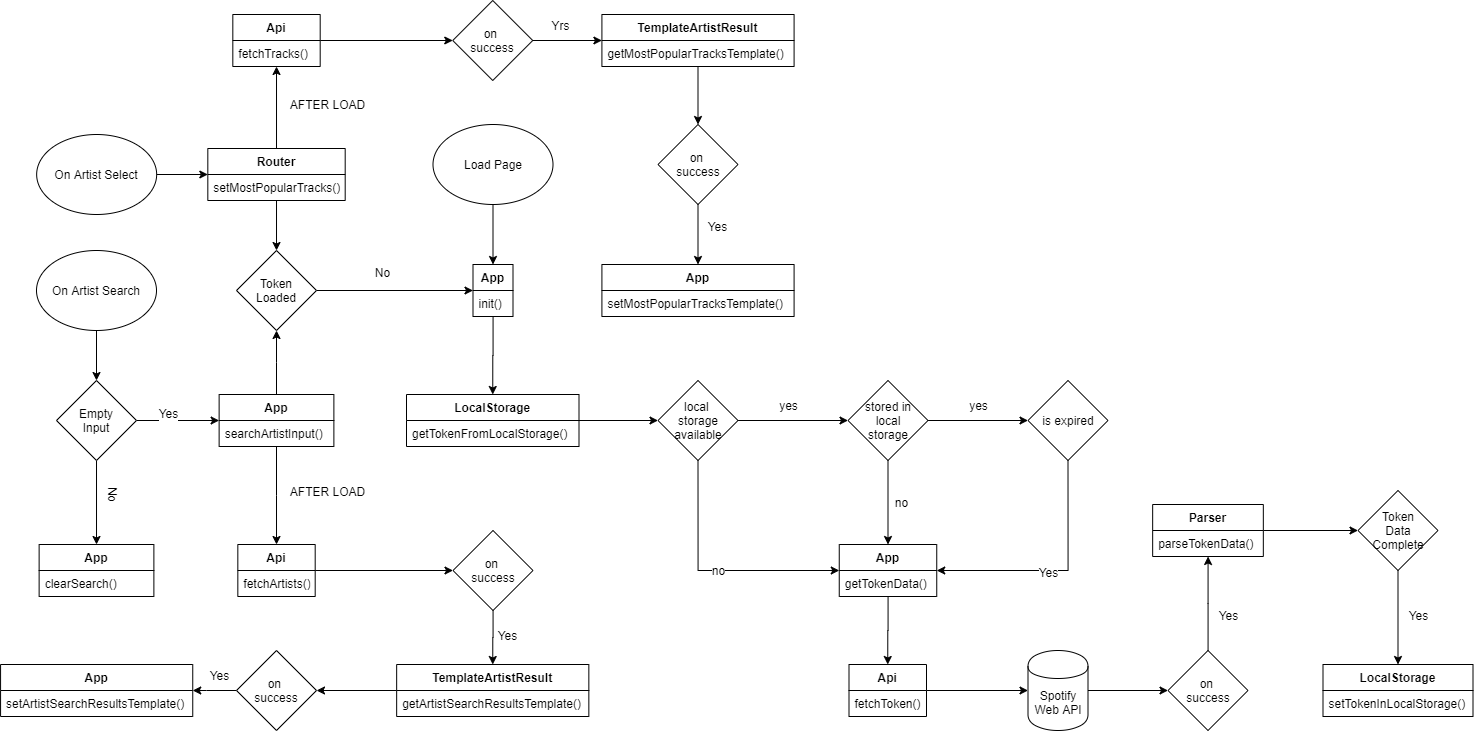
meessour/popular-track-generator-alpha keeps this draw.io diagram as img/interaction-diagram.png. Above is the earlier version. Source tidied: cells renumbered, new cells last; positions are measured from the earlier drawing's top-left corner, leaving out a move shared by most shapes.
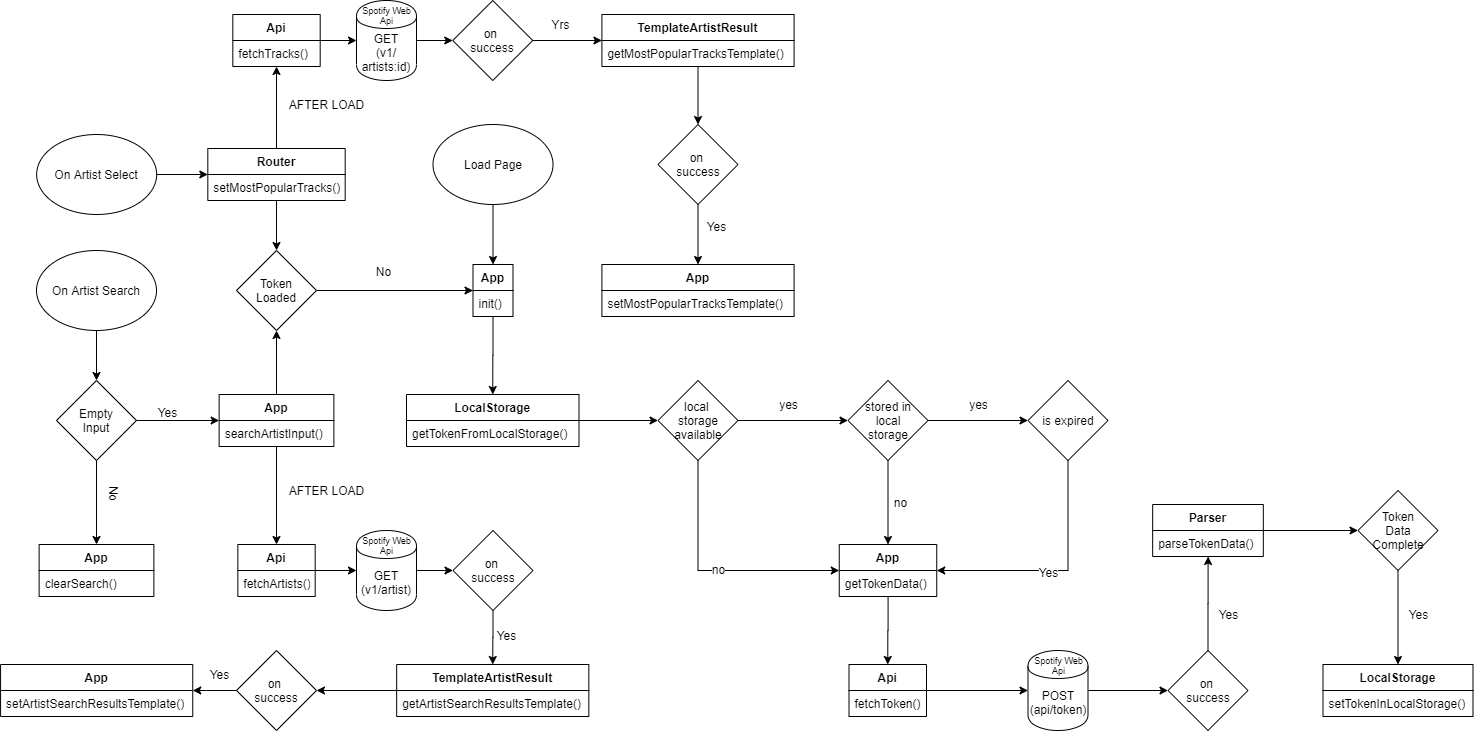
The same file after the commit.

What changed in the source:
```diff
@@ -96,7 +96,7 @@
     <mxCell id="29" style="edgeStyle=orthogonalEdgeStyle;rounded=0;jettySize=auto;html=1;entryX=0;entryY=0.5;entryDx=0;entryDy=0;" parent="1" edge="1" source="30" target="33">
       <mxGeometry relative="1" as="geometry" />
     </mxCell>
-    <mxCell id="30" value="Spotify&lt;br&gt;Web API" style="shape=cylinder;whiteSpace=wrap;html=1;boundedLbl=1;backgroundOutline=1;" parent="1" vertex="1">
+    <mxCell id="30" value="&lt;font style=&quot;font-size: 12px&quot;&gt;&lt;font style=&quot;line-height: 90% ; font-size: 12px&quot;&gt;&lt;font style=&quot;font-size: 12px&quot;&gt;POST (api/&lt;/font&gt;&lt;/font&gt;&lt;font style=&quot;line-height: 90% ; font-size: 12px&quot;&gt;token&lt;/font&gt;&lt;/font&gt;&lt;font style=&quot;line-height: 90% ; font-size: 12px&quot;&gt;&lt;font style=&quot;font-size: 12px&quot;&gt;)&lt;/font&gt;&lt;br&gt;&lt;/font&gt;" style="shape=cylinder;whiteSpace=wrap;html=1;boundedLbl=1;backgroundOutline=1;verticalAlign=middle;spacing=2;" parent="1" vertex="1">
       <mxGeometry x="1027.5" y="650" width="60" height="80" as="geometry" />
     </mxCell>
     <mxCell id="31" style="edgeStyle=orthogonalEdgeStyle;rounded=0;jettySize=auto;html=1;" parent="1" edge="1" source="33" target="35">
@@ -201,9 +201,9 @@
     <mxCell id="60" value="On Artist Select" style="ellipse;whiteSpace=wrap;html=1;" parent="1" vertex="1">
       <mxGeometry x="36.2" y="134" width="120" height="80" as="geometry" />
     </mxCell>
-    <mxCell id="61" style="edgeStyle=orthogonalEdgeStyle;rounded=0;jettySize=auto;html=1;entryX=0;entryY=0.5;entryDx=0;entryDy=0;" parent="1" edge="1" source="62" target="66">
-      <mxGeometry relative="1" as="geometry" />
-    </mxCell>
+    <mxCell id="94" style="edgeStyle=orthogonalEdgeStyle;rounded=0;jettySize=auto;html=1;entryX=0;entryY=0.5;entryDx=0;entryDy=0;fontSize=9;" parent="1" edge="1" source="62" target="98">
+      <mxGeometry relative="1" as="geometry" />
+    </mxCell>
     <mxCell id="62" value="Api" style="swimlane;fontStyle=1;align=center;verticalAlign=top;horizontal=1;startSize=26;" parent="1" vertex="1">
       <mxGeometry x="237.3" y="544" width="77.4" height="52" as="geometry" />
     </mxCell>
@@ -247,9 +247,9 @@
     <mxCell id="74" value="setMostPopularTracks()" style="text;strokeColor=none;fillColor=none;align=left;verticalAlign=top;spacingLeft=4;spacingRight=4;overflow=hidden;" parent="73" vertex="1">
       <mxGeometry y="26" width="137.4" height="26" as="geometry" />
     </mxCell>
-    <mxCell id="75" style="edgeStyle=orthogonalEdgeStyle;rounded=0;jettySize=auto;html=1;entryX=0;entryY=0.5;entryDx=0;entryDy=0;" parent="1" edge="1" source="76" target="80">
-      <mxGeometry relative="1" as="geometry" />
-    </mxCell>
+    <mxCell id="95" style="edgeStyle=orthogonalEdgeStyle;rounded=0;jettySize=auto;html=1;fontSize=9;" parent="1" edge="1" source="76" target="101">
+      <mxGeometry relative="1" as="geometry" />
+    </mxCell>
     <mxCell id="76" value="Api" style="swimlane;fontStyle=1;align=center;verticalAlign=top;horizontal=1;startSize=26;" parent="1" vertex="1">
       <mxGeometry x="232.3" y="14" width="87.4" height="52" as="geometry" />
     </mxCell>
@@ -315,5 +315,26 @@
     <mxCell id="93" value="setArtistSearchResultsTemplate()" style="text;strokeColor=none;fillColor=none;align=left;verticalAlign=top;spacingLeft=4;spacingRight=4;overflow=hidden;" parent="92" vertex="1">
       <mxGeometry y="26" width="192.2" height="26" as="geometry" />
     </mxCell>
+    <mxCell id="96" value="Spotify Web&lt;br style=&quot;font-size: 9px;&quot;&gt;Api" style="text;html=1;align=center;verticalAlign=middle;fontSize=9;" parent="1" vertex="1">
+      <mxGeometry x="1027.5" y="650" width="60" height="30" as="geometry" />
+    </mxCell>
+    <mxCell id="97" style="edgeStyle=orthogonalEdgeStyle;rounded=0;jettySize=auto;html=1;entryX=0;entryY=0.5;entryDx=0;entryDy=0;fontSize=9;" parent="1" edge="1" source="98" target="66">
+      <mxGeometry relative="1" as="geometry" />
+    </mxCell>
+    <mxCell id="98" value="&lt;font style=&quot;font-size: 12px&quot;&gt;&lt;font style=&quot;line-height: 90% ; font-size: 12px&quot;&gt;&lt;font style=&quot;font-size: 12px&quot;&gt;GET&lt;br&gt;(v1/&lt;/font&gt;&lt;/font&gt;&lt;font style=&quot;line-height: 90% ; font-size: 12px&quot;&gt;artist&lt;/font&gt;&lt;/font&gt;&lt;font style=&quot;line-height: 90% ; font-size: 12px&quot;&gt;&lt;font style=&quot;font-size: 12px&quot;&gt;)&lt;/font&gt;&lt;br&gt;&lt;/font&gt;" style="shape=cylinder;whiteSpace=wrap;html=1;boundedLbl=1;backgroundOutline=1;verticalAlign=middle;spacing=2;" parent="1" vertex="1">
+      <mxGeometry x="356" y="530" width="60" height="80" as="geometry" />
+    </mxCell>
+    <mxCell id="99" value="Spotify Web&lt;br style=&quot;font-size: 9px;&quot;&gt;Api" style="text;html=1;align=center;verticalAlign=middle;fontSize=9;" parent="1" vertex="1">
+      <mxGeometry x="356" y="530" width="60" height="30" as="geometry" />
+    </mxCell>
+    <mxCell id="100" style="edgeStyle=orthogonalEdgeStyle;rounded=0;jettySize=auto;html=1;entryX=0;entryY=0.5;entryDx=0;entryDy=0;fontSize=9;" parent="1" edge="1" source="101" target="80">
+      <mxGeometry relative="1" as="geometry" />
+    </mxCell>
+    <mxCell id="101" value="&lt;font style=&quot;font-size: 12px;&quot;&gt;&lt;font style=&quot;line-height: 90%; font-size: 12px;&quot;&gt;&lt;font style=&quot;font-size: 12px;&quot;&gt;GET&lt;br style=&quot;font-size: 12px;&quot;&gt;(v1/&lt;br style=&quot;font-size: 12px;&quot;&gt;&lt;/font&gt;&lt;/font&gt;&lt;font style=&quot;line-height: 90%; font-size: 12px;&quot;&gt;artists:id&lt;/font&gt;&lt;/font&gt;&lt;font style=&quot;line-height: 90%; font-size: 12px;&quot;&gt;&lt;font style=&quot;font-size: 12px;&quot;&gt;)&lt;/font&gt;&lt;br style=&quot;font-size: 12px;&quot;&gt;&lt;/font&gt;" style="shape=cylinder;whiteSpace=wrap;html=1;boundedLbl=1;backgroundOutline=1;verticalAlign=middle;spacing=2;fontSize=12;" parent="1" vertex="1">
+      <mxGeometry x="356" width="60" height="80" as="geometry" />
+    </mxCell>
+    <mxCell id="102" value="Spotify Web&lt;br style=&quot;font-size: 9px;&quot;&gt;Api" style="text;html=1;align=center;verticalAlign=middle;fontSize=9;" parent="1" vertex="1">
+      <mxGeometry x="356" width="60" height="30" as="geometry" />
+    </mxCell>
   </root>
 </mxGraphModel>
```
